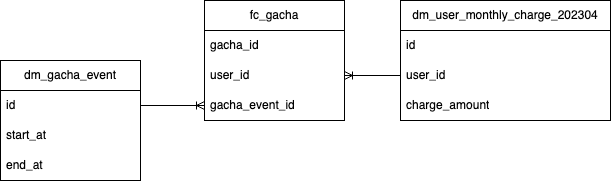
The draw.io diagram docs/dbt-gacha01.drawio.png in MokkeMeguru/dbt-challenge, before a commit. Source tidied: cells renumbered, new cells last; positions are measured from the earlier drawing's top-left corner, leaving out a move shared by most shapes. Its diagram source:
```xml
<mxGraphModel>
  <root>
    <mxCell id="0" />
    <mxCell id="1" parent="0" />
    <mxCell id="2" value="fc_gacha" style="swimlane;fontStyle=0;horizontal=1;startSize=30;whiteSpace=wrap;html=1;" parent="1" vertex="1">
      <mxGeometry x="204" width="140" height="120" as="geometry" />
    </mxCell>
    <mxCell id="3" value="gacha_id" style="text;strokeColor=none;fillColor=none;align=left;verticalAlign=middle;spacingLeft=4;spacingRight=4;overflow=hidden;whiteSpace=wrap;html=1;" parent="2" vertex="1">
      <mxGeometry y="30" width="140" height="30" as="geometry" />
    </mxCell>
    <mxCell id="4" value="user_id" style="text;strokeColor=none;fillColor=none;align=left;verticalAlign=middle;spacingLeft=4;spacingRight=4;overflow=hidden;points=[[0,0.5],[1,0.5]];portConstraint=eastwest;whiteSpace=wrap;html=1;" parent="2" vertex="1">
      <mxGeometry y="60" width="140" height="30" as="geometry" />
    </mxCell>
    <mxCell id="5" value="gacha_event_id" style="text;strokeColor=none;fillColor=none;align=left;verticalAlign=middle;spacingLeft=4;spacingRight=4;overflow=hidden;points=[[0,0.5],[1,0.5]];portConstraint=eastwest;whiteSpace=wrap;html=1;" parent="2" vertex="1">
      <mxGeometry y="90" width="140" height="30" as="geometry" />
    </mxCell>
    <mxCell id="6" value="dm_user_monthly_charge_202304" style="swimlane;fontStyle=0;horizontal=1;startSize=30;whiteSpace=wrap;html=1;" parent="1" vertex="1">
      <mxGeometry x="400" width="210" height="120" as="geometry" />
    </mxCell>
    <mxCell id="7" value="id" style="text;strokeColor=none;fillColor=none;align=left;verticalAlign=middle;spacingLeft=4;spacingRight=4;overflow=hidden;points=[[0,0.5],[1,0.5]];portConstraint=eastwest;whiteSpace=wrap;html=1;" parent="6" vertex="1">
      <mxGeometry y="30" width="210" height="30" as="geometry" />
    </mxCell>
    <mxCell id="8" value="user_id" style="text;strokeColor=none;fillColor=none;align=left;verticalAlign=middle;spacingLeft=4;spacingRight=4;overflow=hidden;points=[[0,0.5],[1,0.5]];portConstraint=eastwest;whiteSpace=wrap;html=1;" parent="6" vertex="1">
      <mxGeometry y="60" width="210" height="30" as="geometry" />
    </mxCell>
    <mxCell id="9" value="charge_amount" style="text;strokeColor=none;fillColor=none;align=left;verticalAlign=middle;spacingLeft=4;spacingRight=4;overflow=hidden;whiteSpace=wrap;html=1;" parent="6" vertex="1">
      <mxGeometry y="90" width="210" height="30" as="geometry" />
    </mxCell>
    <mxCell id="10" style="edgeStyle=entityRelationEdgeStyle;fontSize=12;html=1;endArrow=none;rounded=0;startArrow=ERoneToMany;startFill=0;endFill=0;entryX=0;entryY=0.5;entryDx=0;entryDy=0;exitX=1;exitY=0.5;exitDx=0;exitDy=0;" parent="1" edge="1" source="4" target="8">
      <mxGeometry relative="1" as="geometry" />
    </mxCell>
    <mxCell id="11" value="dm_gacha_event" style="swimlane;fontStyle=0;horizontal=1;startSize=30;whiteSpace=wrap;html=1;" parent="1" vertex="1">
      <mxGeometry y="60" width="140" height="120" as="geometry" />
    </mxCell>
    <mxCell id="12" value="id" style="text;strokeColor=none;fillColor=none;align=left;verticalAlign=middle;spacingLeft=4;spacingRight=4;overflow=hidden;points=[[0,0.5],[1,0.5]];portConstraint=eastwest;whiteSpace=wrap;html=1;" parent="11" vertex="1">
      <mxGeometry y="30" width="140" height="30" as="geometry" />
    </mxCell>
    <mxCell id="13" value="start_at" style="text;strokeColor=none;fillColor=none;align=left;verticalAlign=middle;spacingLeft=4;spacingRight=4;overflow=hidden;whiteSpace=wrap;html=1;" parent="11" vertex="1">
      <mxGeometry y="60" width="140" height="30" as="geometry" />
    </mxCell>
    <mxCell id="14" value="end_at" style="text;strokeColor=none;fillColor=none;align=left;verticalAlign=middle;spacingLeft=4;spacingRight=4;overflow=hidden;whiteSpace=wrap;html=1;" parent="11" vertex="1">
      <mxGeometry y="90" width="140" height="30" as="geometry" />
    </mxCell>
    <mxCell id="15" style="edgeStyle=orthogonalEdgeStyle;rounded=0;jettySize=auto;html=1;exitX=1;exitY=0.5;exitDx=0;exitDy=0;entryX=0;entryY=0.5;entryDx=0;entryDy=0;endArrow=ERoneToMany;endFill=0;" parent="1" edge="1" source="12" target="5">
      <mxGeometry relative="1" as="geometry" />
    </mxCell>
  </root>
</mxGraphModel>
```
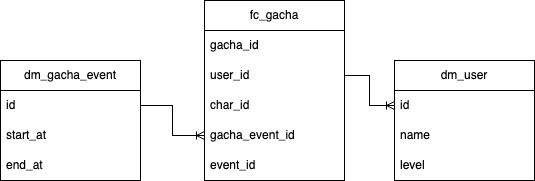
Later version of the same file.

Commit message:
dbt-gacha01.drawio.png を追加しました。

Change to the diagram source:
```diff
@@ -3,7 +3,7 @@
     <mxCell id="0" />
     <mxCell id="1" parent="0" />
     <mxCell id="2" value="fc_gacha" style="swimlane;fontStyle=0;horizontal=1;startSize=30;whiteSpace=wrap;html=1;" parent="1" vertex="1">
-      <mxGeometry x="204" width="140" height="120" as="geometry" />
+      <mxGeometry x="204" width="140" height="180" as="geometry" />
     </mxCell>
     <mxCell id="3" value="gacha_id" style="text;strokeColor=none;fillColor=none;align=left;verticalAlign=middle;spacingLeft=4;spacingRight=4;overflow=hidden;whiteSpace=wrap;html=1;" parent="2" vertex="1">
       <mxGeometry y="30" width="140" height="30" as="geometry" />
@@ -11,24 +11,15 @@
     <mxCell id="4" value="user_id" style="text;strokeColor=none;fillColor=none;align=left;verticalAlign=middle;spacingLeft=4;spacingRight=4;overflow=hidden;points=[[0,0.5],[1,0.5]];portConstraint=eastwest;whiteSpace=wrap;html=1;" parent="2" vertex="1">
       <mxGeometry y="60" width="140" height="30" as="geometry" />
     </mxCell>
+    <mxCell id="16" value="char_id" style="text;strokeColor=none;fillColor=none;align=left;verticalAlign=middle;spacingLeft=4;spacingRight=4;overflow=hidden;whiteSpace=wrap;html=1;" parent="2" vertex="1">
+      <mxGeometry y="90" width="140" height="30" as="geometry" />
+    </mxCell>
+    <mxCell id="17" value="gacha_event_id" style="text;strokeColor=none;fillColor=none;align=left;verticalAlign=middle;spacingLeft=4;spacingRight=4;overflow=hidden;points=[[0,0.5],[1,0.5]];portConstraint=eastwest;whiteSpace=wrap;html=1;" parent="2" vertex="1">
+      <mxGeometry y="120" width="140" height="30" as="geometry" />
+    </mxCell>
-    <mxCell id="5" value="gacha_event_id" style="text;strokeColor=none;fillColor=none;align=left;verticalAlign=middle;spacingLeft=4;spacingRight=4;overflow=hidden;points=[[0,0.5],[1,0.5]];portConstraint=eastwest;whiteSpace=wrap;html=1;" parent="2" vertex="1">
-      <mxGeometry y="90" width="140" height="30" as="geometry" />
+    <mxCell id="5" value="event_id" style="text;strokeColor=none;fillColor=none;align=left;verticalAlign=middle;spacingLeft=4;spacingRight=4;overflow=hidden;points=[[0,0.5],[1,0.5]];portConstraint=eastwest;whiteSpace=wrap;html=1;" parent="2" vertex="1">
+      <mxGeometry y="150" width="140" height="30" as="geometry" />
     </mxCell>
-    <mxCell id="6" value="dm_user_monthly_charge_202304" style="swimlane;fontStyle=0;horizontal=1;startSize=30;whiteSpace=wrap;html=1;" parent="1" vertex="1">
-      <mxGeometry x="400" width="210" height="120" as="geometry" />
-    </mxCell>
-    <mxCell id="7" value="id" style="text;strokeColor=none;fillColor=none;align=left;verticalAlign=middle;spacingLeft=4;spacingRight=4;overflow=hidden;points=[[0,0.5],[1,0.5]];portConstraint=eastwest;whiteSpace=wrap;html=1;" parent="6" vertex="1">
-      <mxGeometry y="30" width="210" height="30" as="geometry" />
-    </mxCell>
-    <mxCell id="8" value="user_id" style="text;strokeColor=none;fillColor=none;align=left;verticalAlign=middle;spacingLeft=4;spacingRight=4;overflow=hidden;points=[[0,0.5],[1,0.5]];portConstraint=eastwest;whiteSpace=wrap;html=1;" parent="6" vertex="1">
-      <mxGeometry y="60" width="210" height="30" as="geometry" />
-    </mxCell>
-    <mxCell id="9" value="charge_amount" style="text;strokeColor=none;fillColor=none;align=left;verticalAlign=middle;spacingLeft=4;spacingRight=4;overflow=hidden;whiteSpace=wrap;html=1;" parent="6" vertex="1">
-      <mxGeometry y="90" width="210" height="30" as="geometry" />
-    </mxCell>
-    <mxCell id="10" style="edgeStyle=entityRelationEdgeStyle;fontSize=12;html=1;endArrow=none;rounded=0;startArrow=ERoneToMany;startFill=0;endFill=0;entryX=0;entryY=0.5;entryDx=0;entryDy=0;exitX=1;exitY=0.5;exitDx=0;exitDy=0;" parent="1" edge="1" source="4" target="8">
-      <mxGeometry relative="1" as="geometry" />
-    </mxCell>
     <mxCell id="11" value="dm_gacha_event" style="swimlane;fontStyle=0;horizontal=1;startSize=30;whiteSpace=wrap;html=1;" parent="1" vertex="1">
       <mxGeometry y="60" width="140" height="120" as="geometry" />
     </mxCell>
@@ -41,8 +32,23 @@
     <mxCell id="14" value="end_at" style="text;strokeColor=none;fillColor=none;align=left;verticalAlign=middle;spacingLeft=4;spacingRight=4;overflow=hidden;whiteSpace=wrap;html=1;" parent="11" vertex="1">
       <mxGeometry y="90" width="140" height="30" as="geometry" />
     </mxCell>
-    <mxCell id="15" style="edgeStyle=orthogonalEdgeStyle;rounded=0;jettySize=auto;html=1;exitX=1;exitY=0.5;exitDx=0;exitDy=0;entryX=0;entryY=0.5;entryDx=0;entryDy=0;endArrow=ERoneToMany;endFill=0;" parent="1" edge="1" source="12" target="5">
+    <mxCell id="15" style="edgeStyle=orthogonalEdgeStyle;rounded=0;jettySize=auto;html=1;exitX=1;exitY=0.5;exitDx=0;exitDy=0;entryX=0;entryY=0.5;entryDx=0;entryDy=0;endArrow=ERoneToMany;endFill=0;" parent="1" edge="1" source="12" target="17">
       <mxGeometry relative="1" as="geometry" />
     </mxCell>
+    <mxCell id="18" value="dm_user" style="swimlane;fontStyle=0;horizontal=1;startSize=30;whiteSpace=wrap;html=1;" parent="1" vertex="1">
+      <mxGeometry x="394" y="60" width="140" height="120" as="geometry" />
+    </mxCell>
+    <mxCell id="7" value="id" style="text;strokeColor=none;fillColor=none;align=left;verticalAlign=middle;spacingLeft=4;spacingRight=4;overflow=hidden;points=[[0,0.5],[1,0.5]];portConstraint=eastwest;whiteSpace=wrap;html=1;" parent="18" vertex="1">
+      <mxGeometry y="30" width="140" height="30" as="geometry" />
+    </mxCell>
+    <mxCell id="19" value="name" style="text;strokeColor=none;fillColor=none;align=left;verticalAlign=middle;spacingLeft=4;spacingRight=4;overflow=hidden;whiteSpace=wrap;html=1;" parent="18" vertex="1">
+      <mxGeometry y="60" width="140" height="30" as="geometry" />
+    </mxCell>
+    <mxCell id="20" value="level" style="text;strokeColor=none;fillColor=none;align=left;verticalAlign=middle;spacingLeft=4;spacingRight=4;overflow=hidden;whiteSpace=wrap;html=1;" parent="18" vertex="1">
+      <mxGeometry y="90" width="140" height="30" as="geometry" />
+    </mxCell>
+    <mxCell id="21" style="edgeStyle=orthogonalEdgeStyle;rounded=0;jettySize=auto;html=1;exitX=0;exitY=0.5;exitDx=0;exitDy=0;entryX=1;entryY=0.5;entryDx=0;entryDy=0;startArrow=ERoneToMany;startFill=0;endArrow=none;endFill=0;" parent="1" edge="1" source="7" target="4">
+      <mxGeometry relative="1" as="geometry" />
+    </mxCell>
   </root>
 </mxGraphModel>
```
